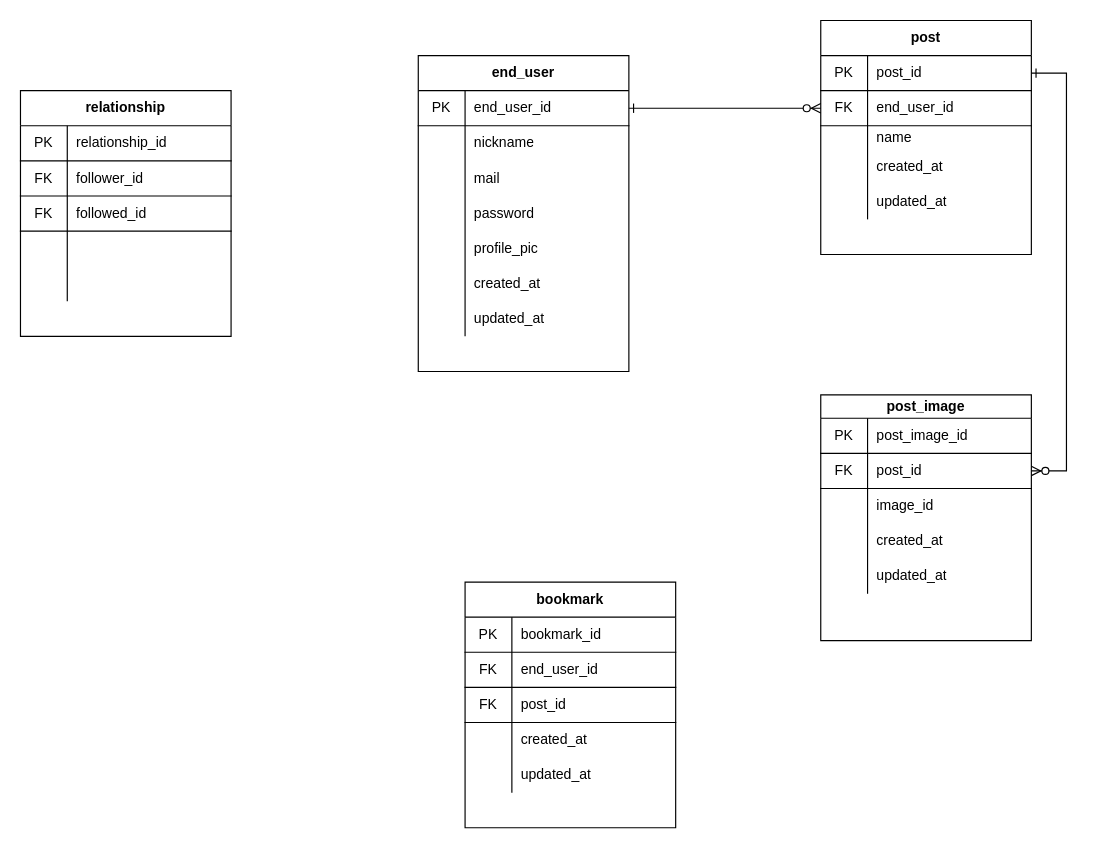
pkoky/eco-share keeps this draw.io diagram as eco.share.drawio. Above is the earlier version. Source tidied: cells renumbered, new cells numbered last; positions are measured from the earlier drawing's top-left corner, leaving out a move shared by most shapes. Both pictures are drawn from the tidied source at 117%, with x=0, y=0 at pixel (20, 20).
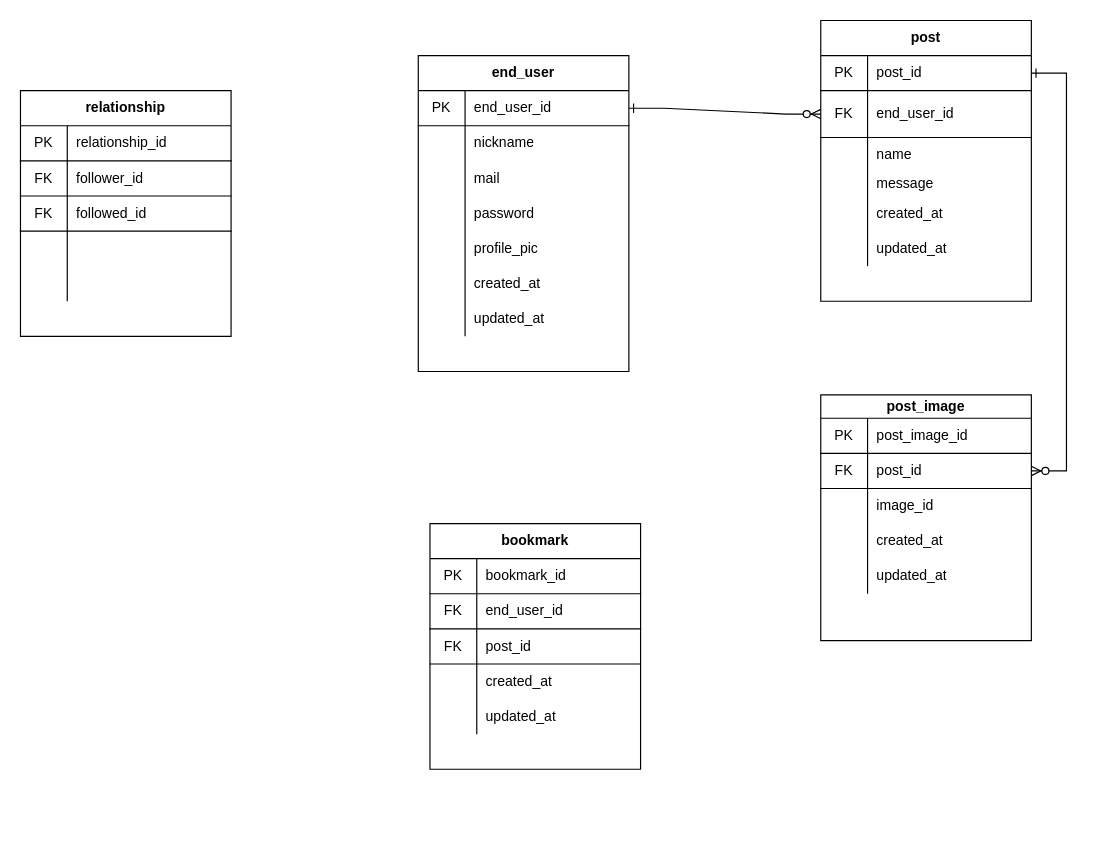
The same page after the edit.

Change to the diagram source:
```diff
@@
     <mxCell id="24" value="post" style="shape=table;html=1;whiteSpace=wrap;startSize=30;childLayout=tableLayout;rowLines=0;fontStyle=1;align=center;" parent="1" vertex="1">
-      <mxGeometry x="684" width="180" height="200" as="geometry" />
+      <mxGeometry x="684" width="180" height="240" as="geometry" />
     </mxCell>
@@
     <mxCell id="28" style="shape=partialRectangle;html=1;whiteSpace=wrap;fillColor=none;top=0;left=0;bottom=1;right=0;points=[[0,0.5],[1,0.5]];portConstraint=eastwest;" parent="24" vertex="1">
-      <mxGeometry y="60" width="180" height="30" as="geometry" />
+      <mxGeometry y="60" width="180" height="40" as="geometry" />
     </mxCell>
     <mxCell id="29" value="FK" style="shape=partialRectangle;html=1;whiteSpace=wrap;fillColor=none;top=0;left=0;bottom=0;right=0;overflow=hidden;" parent="28" vertex="1">
-      <mxGeometry width="40" height="30" as="geometry" />
+      <mxGeometry width="40" height="40" as="geometry" />
     </mxCell>
     <mxCell id="30" value="end_user_id" style="shape=partialRectangle;html=1;whiteSpace=wrap;fillColor=none;top=0;left=0;bottom=0;right=0;align=left;spacingLeft=6;overflow=hidden;" parent="28" vertex="1">
-      <mxGeometry x="40" width="140" height="30" as="geometry" />
+      <mxGeometry x="40" width="140" height="40" as="geometry" />
     </mxCell>
     <mxCell id="31" style="shape=partialRectangle;html=1;whiteSpace=wrap;fillColor=none;top=0;left=0;bottom=0;right=0;" parent="24" vertex="1">
-      <mxGeometry y="90" width="180" height="20" as="geometry" />
+      <mxGeometry y="100" width="180" height="30" as="geometry" />
     </mxCell>
     <mxCell id="32" style="shape=partialRectangle;html=1;whiteSpace=wrap;fillColor=none;top=0;left=0;bottom=0;right=0;overflow=hidden;" parent="31" vertex="1">
-      <mxGeometry width="40" height="20" as="geometry" />
+      <mxGeometry width="40" height="30" as="geometry" />
     </mxCell>
     <mxCell id="33" value="name" style="shape=partialRectangle;html=1;whiteSpace=wrap;fillColor=none;top=0;left=0;bottom=0;right=0;align=left;spacingLeft=6;overflow=hidden;" parent="31" vertex="1">
-      <mxGeometry x="40" width="140" height="20" as="geometry" />
+      <mxGeometry x="40" width="140" height="30" as="geometry" />
     </mxCell>
+    <mxCell id="90" style="shape=partialRectangle;html=1;whiteSpace=wrap;fillColor=none;top=0;left=0;bottom=0;right=0;" parent="24" vertex="1">
+      <mxGeometry y="130" width="180" height="20" as="geometry" />
+    </mxCell>
+    <mxCell id="91" style="shape=partialRectangle;html=1;whiteSpace=wrap;fillColor=none;top=0;left=0;bottom=0;right=0;overflow=hidden;" parent="90" vertex="1">
+      <mxGeometry width="40" height="20" as="geometry" />
+    </mxCell>
+    <mxCell id="92" value="message" style="shape=partialRectangle;html=1;whiteSpace=wrap;fillColor=none;top=0;left=0;bottom=0;right=0;align=left;spacingLeft=6;overflow=hidden;" parent="90" vertex="1">
+      <mxGeometry x="40" width="140" height="20" as="geometry" />
+    </mxCell>
     <mxCell id="34" style="shape=partialRectangle;html=1;whiteSpace=wrap;fillColor=none;top=0;left=0;bottom=0;right=0;" parent="24" vertex="1">
-      <mxGeometry y="110" width="180" height="30" as="geometry" />
+      <mxGeometry y="150" width="180" height="30" as="geometry" />
     </mxCell>
@@
     <mxCell id="37" style="shape=partialRectangle;html=1;whiteSpace=wrap;fillColor=none;top=0;left=0;bottom=0;right=0;" parent="24" vertex="1">
-      <mxGeometry y="140" width="180" height="30" as="geometry" />
+      <mxGeometry y="180" width="180" height="30" as="geometry" />
     </mxCell>
@@
     <mxCell id="56" value="bookmark" style="shape=table;html=1;whiteSpace=wrap;startSize=30;childLayout=tableLayout;rowLines=0;fontStyle=1;align=center;" parent="1" vertex="1">
-      <mxGeometry x="380" y="480" width="180" height="210" as="geometry" />
+      <mxGeometry x="350" y="430" width="180" height="210" as="geometry" />
     </mxCell>
```
